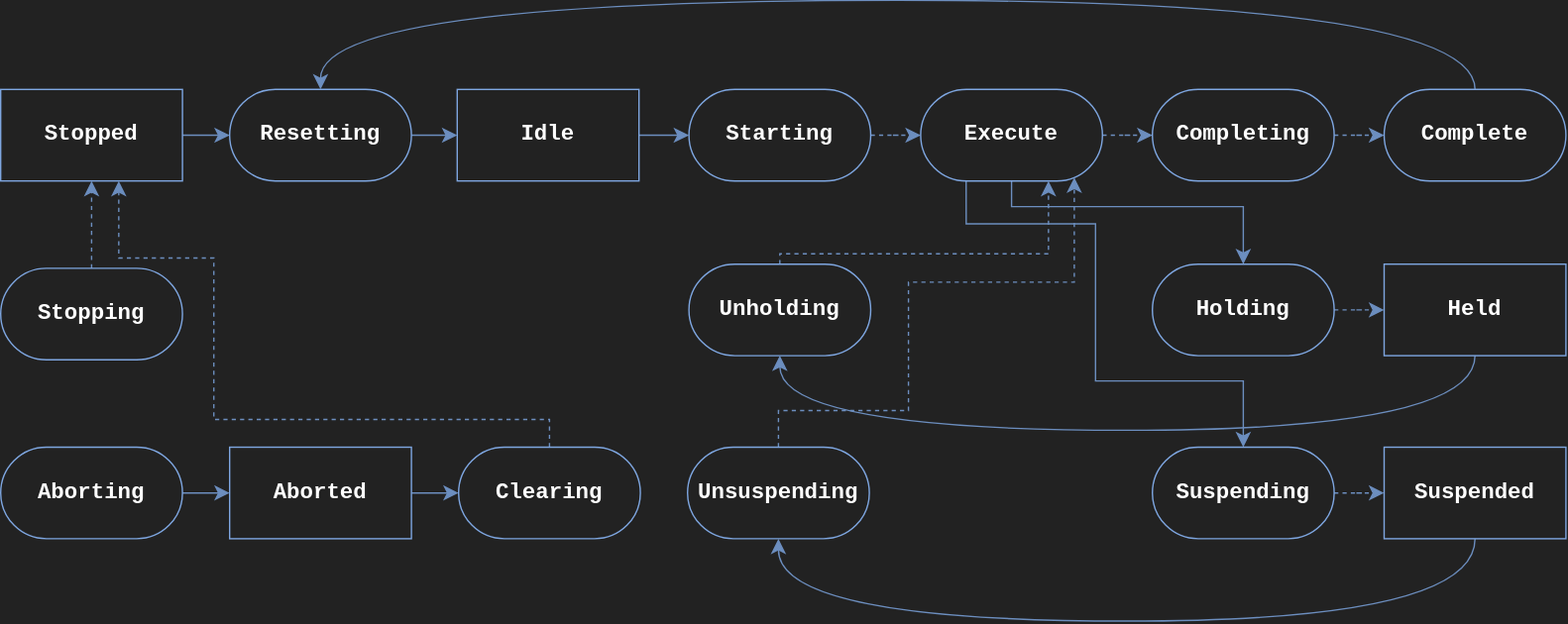
Before: drawio/PackMLState.svg, a diagram exported from draw.io (Stolorzs/Picgo). Source tidied: cells renumbered, new cells last; positions are measured from the earlier drawing's top-left corner, leaving out a move shared by most shapes.
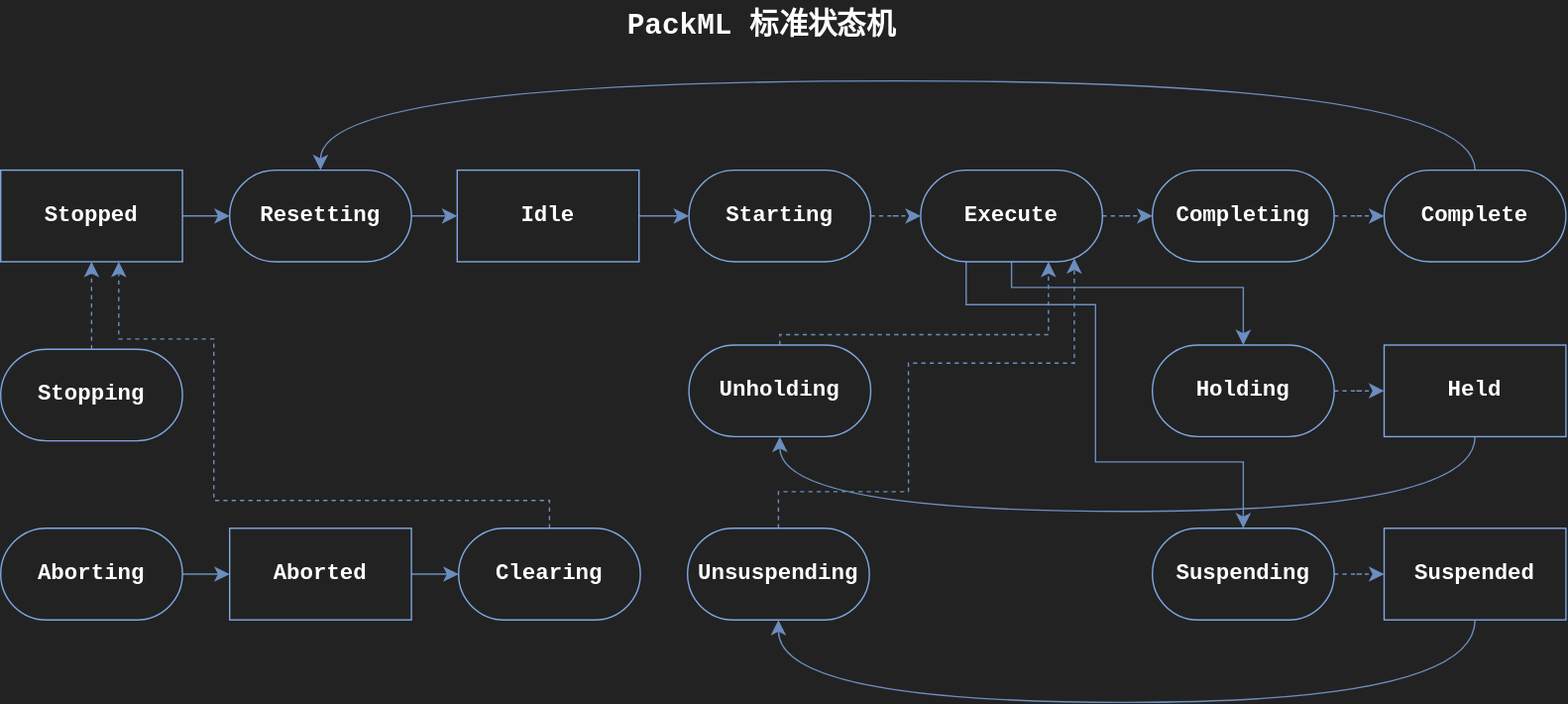
The same diagram one commit later.

Change to the diagram source:
```diff
@@ -161,5 +161,8 @@
     <mxCell id="38" value="&lt;div&gt;&lt;font color=&quot;#ffffff&quot;&gt;&lt;span style=&quot;font-size: 16px;&quot;&gt;Suspended&lt;/span&gt;&lt;/font&gt;&lt;/div&gt;" style="rounded=1;whiteSpace=wrap;html=1;strokeColor=#7EA6E0;align=center;verticalAlign=middle;fontFamily=Courier New;fontSize=12;fontColor=default;fontStyle=1;labelBackgroundColor=none;fillColor=none;roundedPerimeter=1;arcSize=0;" parent="1" vertex="1">
       <mxGeometry x="997" y="322" width="131" height="66" as="geometry" />
     </mxCell>
+    <mxCell id="39" value="&lt;font color=&quot;#ffffff&quot;&gt;&lt;span style=&quot;font-size: 21px;&quot;&gt;PackML 标准状态机&lt;/span&gt;&lt;/font&gt;" style="text;html=1;align=center;verticalAlign=middle;strokeColor=none;fillColor=none;fontSize=12;fontFamily=Courier New;fontColor=default;fontStyle=1;labelBackgroundColor=none;" parent="1" vertex="1">
+      <mxGeometry x="442" y="-58" width="211" height="37" as="geometry" />
+    </mxCell>
   </root>
 </mxGraphModel>
```
